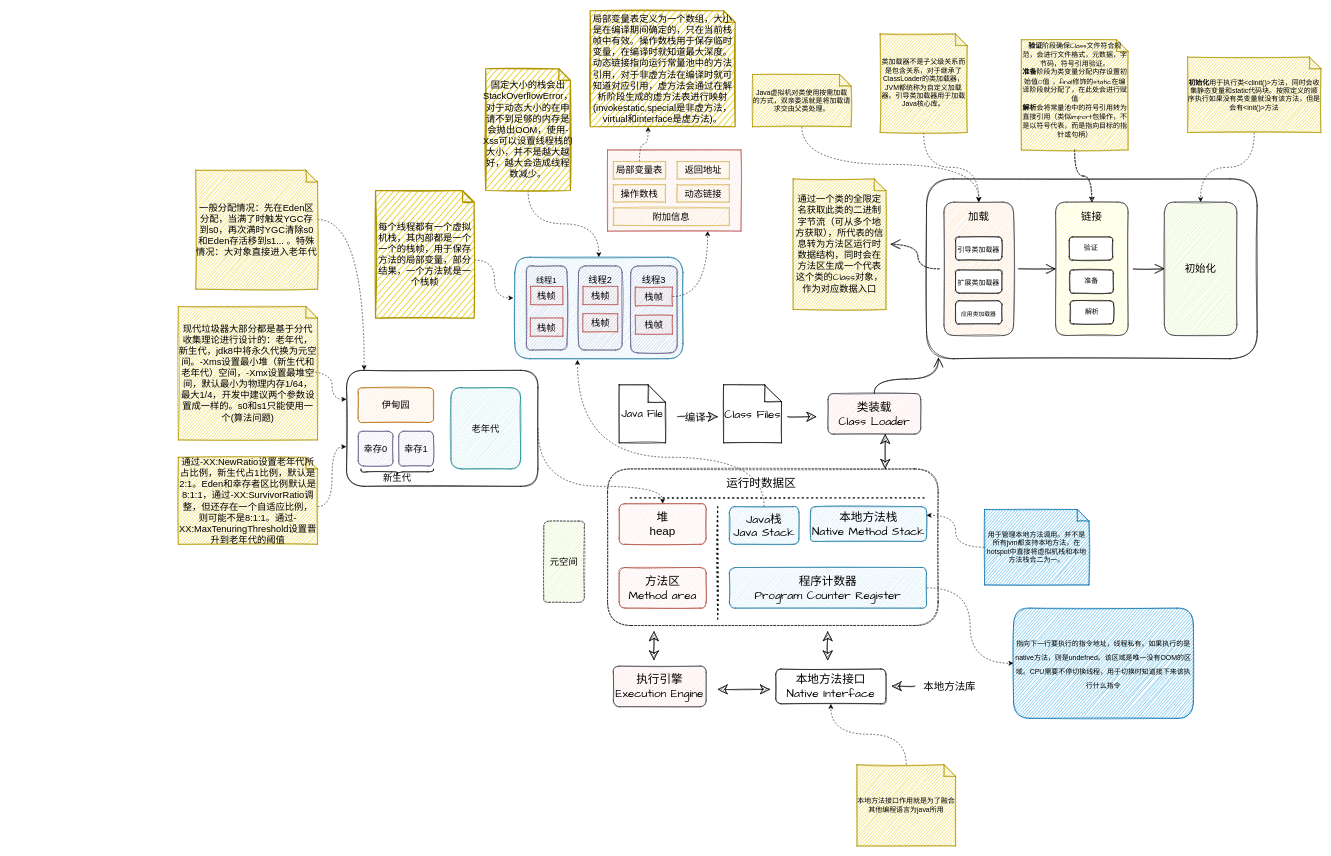
Before: study-note/JVM一览图.drawio in kchastes/blog, a draw.io diagram. Source tidied: cells renumbered, new cells numbered last; positions are measured from the earlier drawing's top-left corner, leaving out a move shared by most shapes. Both pictures are drawn from the tidied source at 58%, with x=0, y=0 at pixel (178, 10).
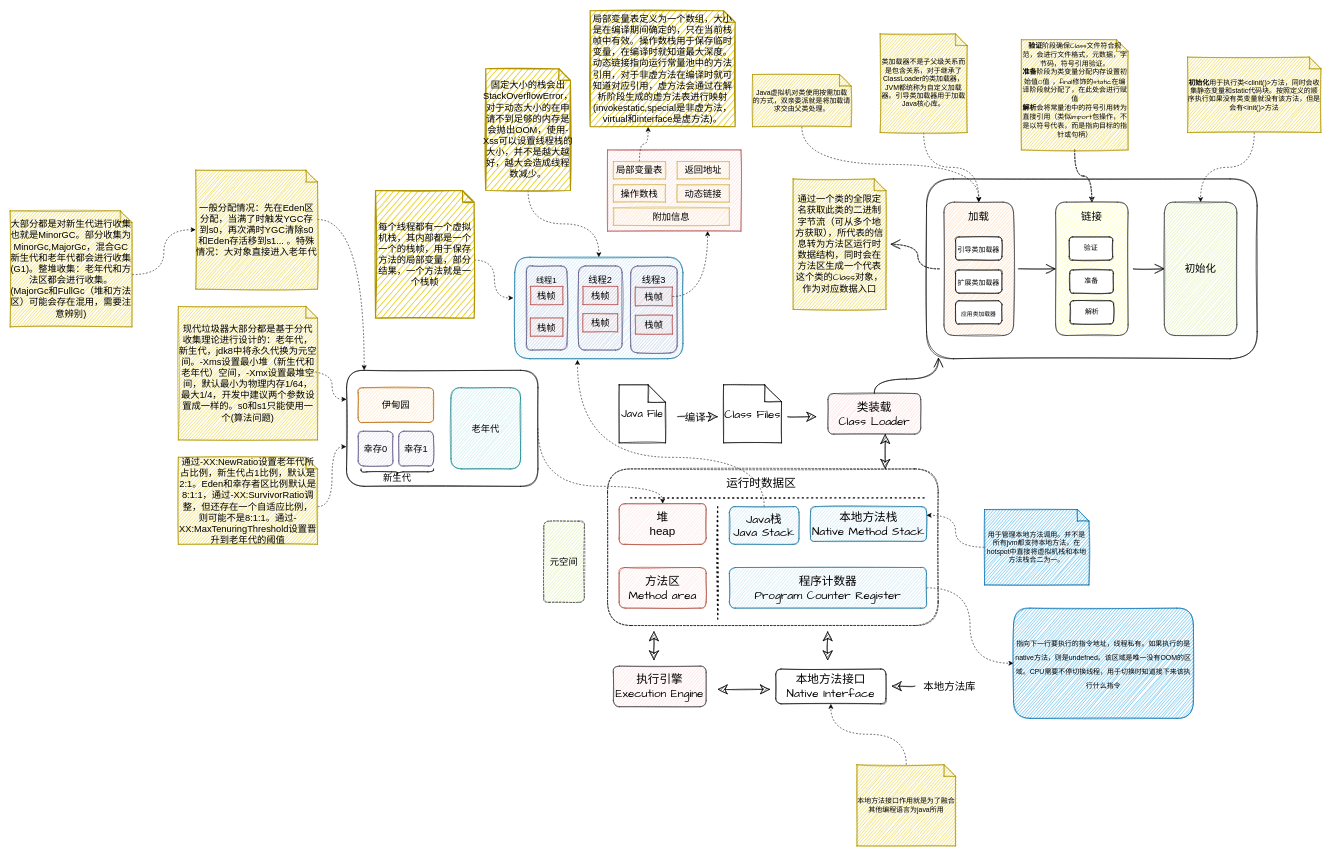
The same page after the edit.

Unchanged cells that the change refers to:
```xml
<mxCell id="101" value="一般分配情况：先在Eden区分配，当满了时触发YGC存到s0，再次满时YGC清除s0和Eden存活移到s1... 。特殊情况：大对象直接进入老年代" style="shape=note;size=20;whiteSpace=wrap;html=1;sketch=1;fontSize=16;fillColor=#e3c800;fontColor=#000000;strokeColor=#B09500;" parent="1" vertex="1">
  <mxGeometry x="30" y="275" width="210" height="205" as="geometry" />
</mxCell>
```

What changed in the source:
```diff
@@
+    <mxCell id="102" style="edgeStyle=orthogonalEdgeStyle;jettySize=auto;html=1;exitX=0;exitY=0;exitDx=210;exitDy=110;exitPerimeter=0;fontSize=16;curved=1;dashed=1;" parent="1" edge="1" source="103" target="101">
+      <mxGeometry relative="1" as="geometry" />
+    </mxCell>
+    <mxCell id="103" value="大部分都是对新生代进行收集也就是MinorGC。部分收集为MinorGc,MajorGc，混合GC新生代和老年代都会进行收集(G1)。整堆收集：老年代和方法区都会进行收集。(MajorGc和FullGc（堆和方法区）可能会存在混用，需要注意辨别)" style="shape=note;size=20;whiteSpace=wrap;html=1;fillColor=#e3c800;fontColor=#000000;strokeColor=#B09500;sketch=1;fontSize=16;" parent="1" vertex="1">
+      <mxGeometry x="-290" y="345" width="210" height="200" as="geometry" />
+    </mxCell>
```
